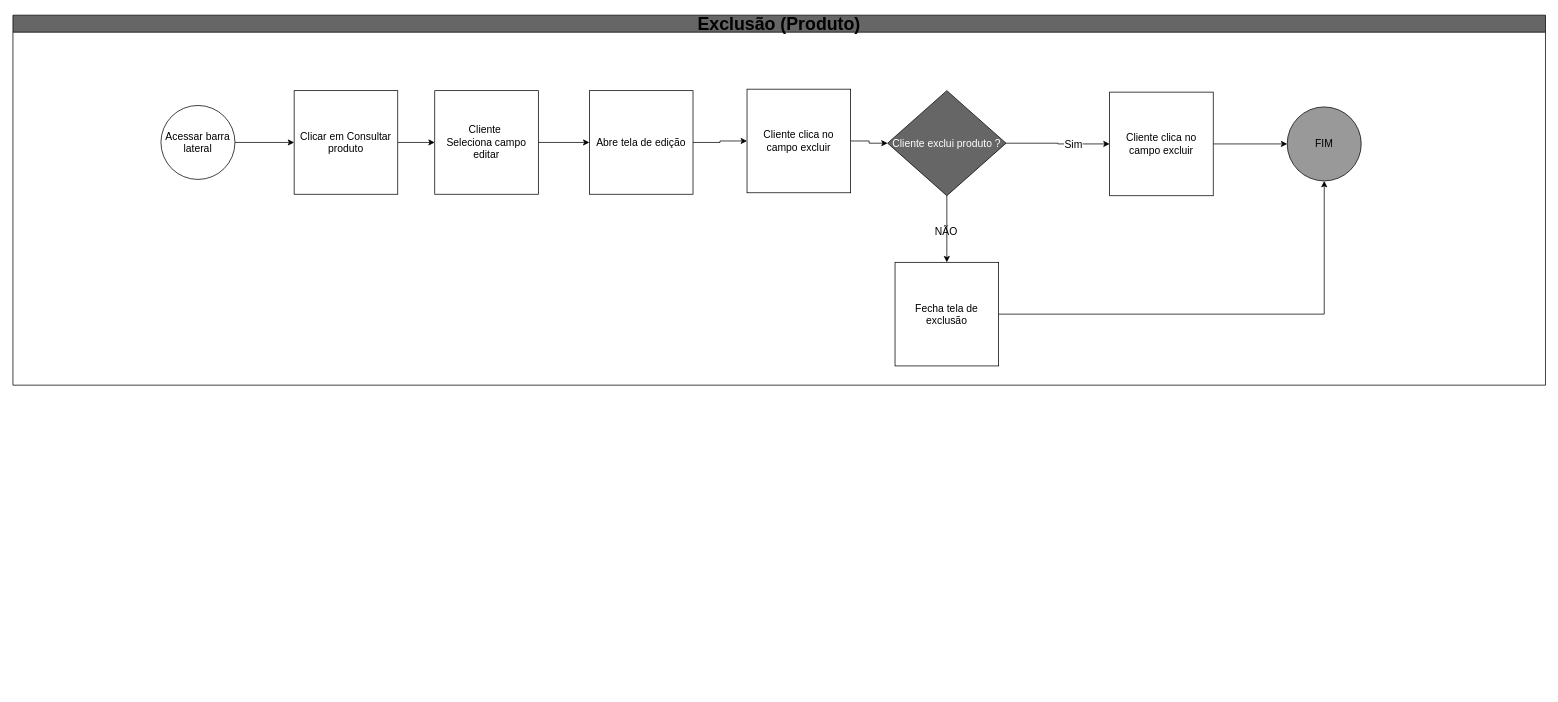
Before: page "Edição e Exclusão produto" (8 of 12) of fluxogramas/YS-Fluxo.drawio in eothigas/YS_Storage, a draw.io diagram. Source tidied: cells renumbered, new cells numbered last; positions are measured from the earlier drawing's top-left corner, leaving out a move shared by most shapes. Both pictures are drawn from the tidied source at 74%, with x=0, y=0 at pixel (13, 15).
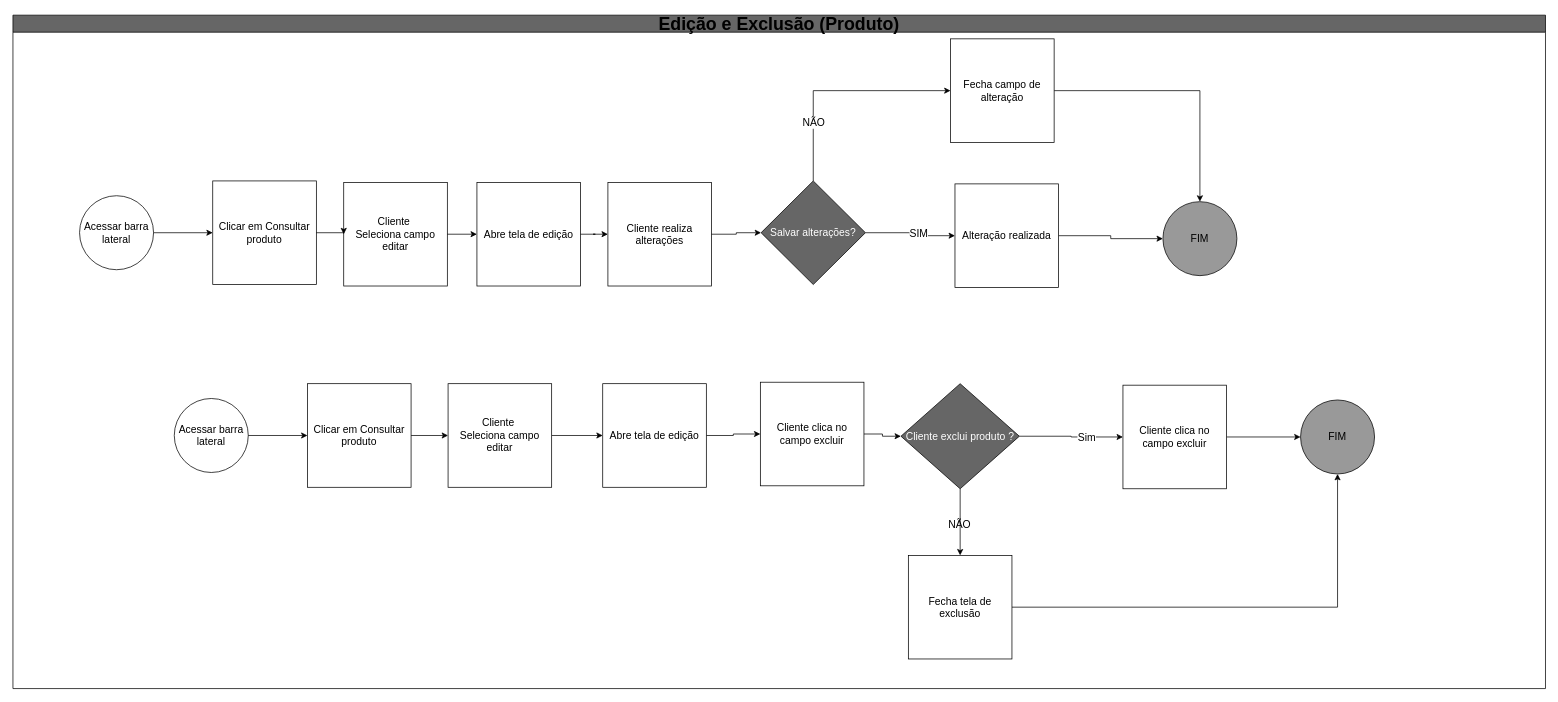
The same diagram, later.

Commit message:
Retornando alterações

What changed in the source:
```diff
@@
+    <mxCell id="23" style="edgeStyle=orthogonalEdgeStyle;rounded=0;jettySize=auto;html=1;exitX=0.5;exitY=0;exitDx=0;exitDy=0;entryX=0;entryY=0.5;entryDx=0;entryDy=0;" parent="1" edge="1" source="25" target="29">
+      <mxGeometry relative="1" as="geometry" />
+    </mxCell>
+    <mxCell id="24" style="edgeStyle=orthogonalEdgeStyle;rounded=0;jettySize=auto;html=1;exitX=1;exitY=0.5;exitDx=0;exitDy=0;entryX=0;entryY=0.5;entryDx=0;entryDy=0;" parent="1" edge="1" source="25" target="31">
+      <mxGeometry relative="1" as="geometry" />
+    </mxCell>
+    <mxCell id="25" value="&lt;span style=&quot;color: rgb(255, 255, 255);&quot;&gt;&lt;font style=&quot;font-size: 14px;&quot;&gt;Salvar alterações?&lt;/font&gt;&lt;/span&gt;" style="rhombus;whiteSpace=wrap;html=1;fillColor=#666666;" parent="1" vertex="1">
+      <mxGeometry x="1011" y="224" width="141" height="140" as="geometry" />
+    </mxCell>
+    <mxCell id="26" value="&lt;font style=&quot;font-size: 14px;&quot;&gt;SIM&lt;/font&gt;" style="edgeLabel;html=1;align=center;verticalAlign=middle;" parent="1" vertex="1">
+      <mxGeometry x="1223" y="294" as="geometry" />
+    </mxCell>
+    <mxCell id="27" value="&lt;font style=&quot;font-size: 14px;&quot;&gt;NÃO&lt;/font&gt;" style="edgeLabel;html=1;align=center;verticalAlign=middle;" parent="1" vertex="1">
+      <mxGeometry x="1081.5" y="144" as="geometry" />
+    </mxCell>
+    <mxCell id="28" style="edgeStyle=orthogonalEdgeStyle;rounded=0;jettySize=auto;html=1;exitX=1;exitY=0.5;exitDx=0;exitDy=0;entryX=0.5;entryY=0;entryDx=0;entryDy=0;" parent="1" edge="1" source="29" target="32">
+      <mxGeometry relative="1" as="geometry" />
+    </mxCell>
+    <mxCell id="29" value="&lt;font style=&quot;font-size: 14px;&quot;&gt;Fecha campo de alteração&lt;/font&gt;" style="whiteSpace=wrap;html=1;" parent="1" vertex="1">
+      <mxGeometry x="1267" y="32" width="140" height="140" as="geometry" />
+    </mxCell>
-    <mxCell id="2" value="&lt;font style=&quot;font-size: 24px;&quot;&gt;Exclusão (Produto)&lt;/font&gt;" style="swimlane;whiteSpace=wrap;html=1;fillColor=#666666;" parent="1" vertex="1">
-      <mxGeometry width="2071" height="500" as="geometry" />
+    <mxCell id="2" value="&lt;font style=&quot;font-size: 24px;&quot;&gt;Edição e Exclusão (Produto)&lt;/font&gt;" style="swimlane;whiteSpace=wrap;html=1;fillColor=#666666;" parent="1" vertex="1">
+      <mxGeometry width="2071" height="910" as="geometry" />
     </mxCell>
+    <mxCell id="30" style="edgeStyle=orthogonalEdgeStyle;rounded=0;jettySize=auto;html=1;exitX=1;exitY=0.5;exitDx=0;exitDy=0;entryX=0;entryY=0.5;entryDx=0;entryDy=0;" parent="2" edge="1" source="31" target="32">
+      <mxGeometry relative="1" as="geometry" />
+    </mxCell>
+    <mxCell id="31" value="&lt;span style=&quot;font-size: 14px;&quot;&gt;Alteração realizada&lt;/span&gt;" style="whiteSpace=wrap;html=1;" parent="2" vertex="1">
+      <mxGeometry x="1273" y="228" width="140" height="140" as="geometry" />
+    </mxCell>
+    <mxCell id="32" value="&lt;font style=&quot;font-size: 14px;&quot;&gt;FIM&lt;/font&gt;" style="ellipse;whiteSpace=wrap;html=1;fillColor=#999999;" parent="2" vertex="1">
+      <mxGeometry x="1554" y="252" width="100" height="100" as="geometry" />
+    </mxCell>
@@
     <mxCell id="5" value="&lt;font style=&quot;font-size: 14px;&quot;&gt;Cliente&amp;nbsp;&lt;/font&gt;&lt;div&gt;&lt;font style=&quot;font-size: 14px;&quot;&gt;Seleciona campo editar&lt;/font&gt;&lt;/div&gt;" style="whiteSpace=wrap;html=1;" parent="2" vertex="1">
-      <mxGeometry x="570" y="102" width="140" height="140" as="geometry" />
+      <mxGeometry x="588" y="498" width="140" height="140" as="geometry" />
     </mxCell>
     <mxCell id="6" value="&lt;font style=&quot;font-size: 14px;&quot;&gt;Clicar em Consultar produto&lt;/font&gt;" style="whiteSpace=wrap;html=1;" parent="2" vertex="1">
-      <mxGeometry x="380" y="102" width="140" height="140" as="geometry" />
+      <mxGeometry x="398" y="498" width="140" height="140" as="geometry" />
     </mxCell>
     <mxCell id="7" value="&lt;font style=&quot;font-size: 14px;&quot;&gt;Acessar barra lateral&lt;/font&gt;" style="ellipse;whiteSpace=wrap;html=1;fillColor=none;" parent="2" vertex="1">
-      <mxGeometry x="200" y="122" width="100" height="100" as="geometry" />
+      <mxGeometry x="218" y="518" width="100" height="100" as="geometry" />
     </mxCell>
@@
     <mxCell id="10" value="&lt;span style=&quot;color: rgb(255, 255, 255);&quot;&gt;&lt;font style=&quot;font-size: 14px;&quot;&gt;Cliente exclui produto ?&lt;/font&gt;&lt;/span&gt;" style="rhombus;whiteSpace=wrap;html=1;fillColor=#666666;" parent="2" vertex="1">
-      <mxGeometry x="1182" y="102" width="160" height="142" as="geometry" />
+      <mxGeometry x="1200" y="498" width="160" height="142" as="geometry" />
     </mxCell>
@@
     <mxCell id="12" value="&lt;span style=&quot;font-size: 14px;&quot;&gt;Cliente clica no campo excluir&lt;/span&gt;" style="whiteSpace=wrap;html=1;" parent="2" vertex="1">
-      <mxGeometry x="992" y="100" width="140" height="140" as="geometry" />
+      <mxGeometry x="1010" y="496" width="140" height="140" as="geometry" />
     </mxCell>
@@
     <mxCell id="14" value="&lt;span style=&quot;font-size: 14px;&quot;&gt;Cliente clica no campo excluir&lt;/span&gt;" style="whiteSpace=wrap;html=1;" parent="2" vertex="1">
-      <mxGeometry x="1482" y="104" width="140" height="140" as="geometry" />
+      <mxGeometry x="1500" y="500" width="140" height="140" as="geometry" />
     </mxCell>
     <mxCell id="15" value="&lt;font style=&quot;font-size: 14px;&quot;&gt;Sim&lt;/font&gt;" style="edgeLabel;html=1;align=center;verticalAlign=middle;" parent="2" vertex="1">
-      <mxGeometry x="1432" y="174" as="geometry" />
+      <mxGeometry x="1450" y="570" as="geometry" />
     </mxCell>
     <mxCell id="16" value="&lt;font style=&quot;font-size: 14px;&quot;&gt;NÃO&lt;/font&gt;" style="edgeLabel;html=1;align=center;verticalAlign=middle;" parent="2" vertex="1">
-      <mxGeometry x="1272" y="294" as="geometry">
+      <mxGeometry x="1290" y="690" as="geometry">
         <mxPoint x="-12" y="-3" as="offset" />
       </mxGeometry>
     </mxCell>
@@
     <mxCell id="18" value="&lt;span style=&quot;font-size: 14px;&quot;&gt;Abre tela de edição&lt;/span&gt;" style="whiteSpace=wrap;html=1;" parent="2" vertex="1">
-      <mxGeometry x="779" y="102" width="140" height="140" as="geometry" />
+      <mxGeometry x="797" y="498" width="140" height="140" as="geometry" />
     </mxCell>
@@
     <mxCell id="20" value="&lt;span style=&quot;font-size: 14px;&quot;&gt;Fecha tela de exclusão&lt;/span&gt;" style="whiteSpace=wrap;html=1;" parent="2" vertex="1">
-      <mxGeometry x="1192" y="334" width="140" height="140" as="geometry" />
+      <mxGeometry x="1210" y="730" width="140" height="140" as="geometry" />
     </mxCell>
@@
     <mxCell id="22" value="&lt;font style=&quot;font-size: 14px;&quot;&gt;FIM&lt;/font&gt;" style="ellipse;whiteSpace=wrap;html=1;fillColor=#999999;" parent="2" vertex="1">
-      <mxGeometry x="1722" y="124" width="100" height="100" as="geometry" />
+      <mxGeometry x="1740" y="520" width="100" height="100" as="geometry" />
     </mxCell>
+    <mxCell id="33" value="&lt;font style=&quot;font-size: 14px;&quot;&gt;Clicar em Consultar produto&lt;/font&gt;" style="whiteSpace=wrap;html=1;" parent="2" vertex="1">
+      <mxGeometry x="270" y="224" width="140" height="140" as="geometry" />
+    </mxCell>
+    <mxCell id="34" value="&lt;font style=&quot;font-size: 14px;&quot;&gt;Acessar barra lateral&lt;/font&gt;" style="ellipse;whiteSpace=wrap;html=1;fillColor=none;" parent="2" vertex="1">
+      <mxGeometry x="90" y="244" width="100" height="100" as="geometry" />
+    </mxCell>
+    <mxCell id="35" style="edgeStyle=orthogonalEdgeStyle;rounded=0;jettySize=auto;html=1;exitX=1;exitY=0.5;exitDx=0;exitDy=0;entryX=0;entryY=0.5;entryDx=0;entryDy=0;" parent="2" edge="1" source="34" target="33">
+      <mxGeometry relative="1" as="geometry" />
+    </mxCell>
+    <mxCell id="36" value="&lt;font style=&quot;font-size: 14px;&quot;&gt;Cliente&amp;nbsp;&lt;/font&gt;&lt;div&gt;&lt;font style=&quot;font-size: 14px;&quot;&gt;Seleciona campo editar&lt;/font&gt;&lt;/div&gt;" style="whiteSpace=wrap;html=1;" parent="2" vertex="1">
+      <mxGeometry x="447" y="226" width="140" height="140" as="geometry" />
+    </mxCell>
+    <mxCell id="37" style="edgeStyle=orthogonalEdgeStyle;rounded=0;jettySize=auto;html=1;exitX=1;exitY=0.5;exitDx=0;exitDy=0;entryX=0;entryY=0.5;entryDx=0;entryDy=0;" parent="2" edge="1" source="33" target="36">
+      <mxGeometry relative="1" as="geometry" />
+    </mxCell>
+    <mxCell id="38" value="&lt;span style=&quot;font-size: 14px;&quot;&gt;Abre tela de edição&lt;/span&gt;" style="whiteSpace=wrap;html=1;" parent="2" vertex="1">
+      <mxGeometry x="627" y="226" width="140" height="140" as="geometry" />
+    </mxCell>
+    <mxCell id="39" style="edgeStyle=orthogonalEdgeStyle;rounded=0;jettySize=auto;html=1;exitX=1;exitY=0.5;exitDx=0;exitDy=0;entryX=0;entryY=0.5;entryDx=0;entryDy=0;" parent="2" edge="1" source="36" target="38">
+      <mxGeometry relative="1" as="geometry" />
+    </mxCell>
+    <mxCell id="40" value="&lt;span style=&quot;font-size: 14px;&quot;&gt;Cliente realiza alterações&lt;/span&gt;" style="whiteSpace=wrap;html=1;" parent="2" vertex="1">
+      <mxGeometry x="804" y="226" width="140" height="140" as="geometry" />
+    </mxCell>
+    <mxCell id="41" style="edgeStyle=orthogonalEdgeStyle;rounded=0;jettySize=auto;html=1;entryX=0;entryY=0.5;entryDx=0;entryDy=0;" parent="2" edge="1" source="38" target="40">
+      <mxGeometry relative="1" as="geometry" />
+    </mxCell>
+    <mxCell id="42" style="edgeStyle=orthogonalEdgeStyle;rounded=0;jettySize=auto;html=1;exitX=1;exitY=0.5;exitDx=0;exitDy=0;entryX=0;entryY=0.5;entryDx=0;entryDy=0;" parent="1" edge="1" source="40" target="25">
+      <mxGeometry relative="1" as="geometry" />
+    </mxCell>
```
